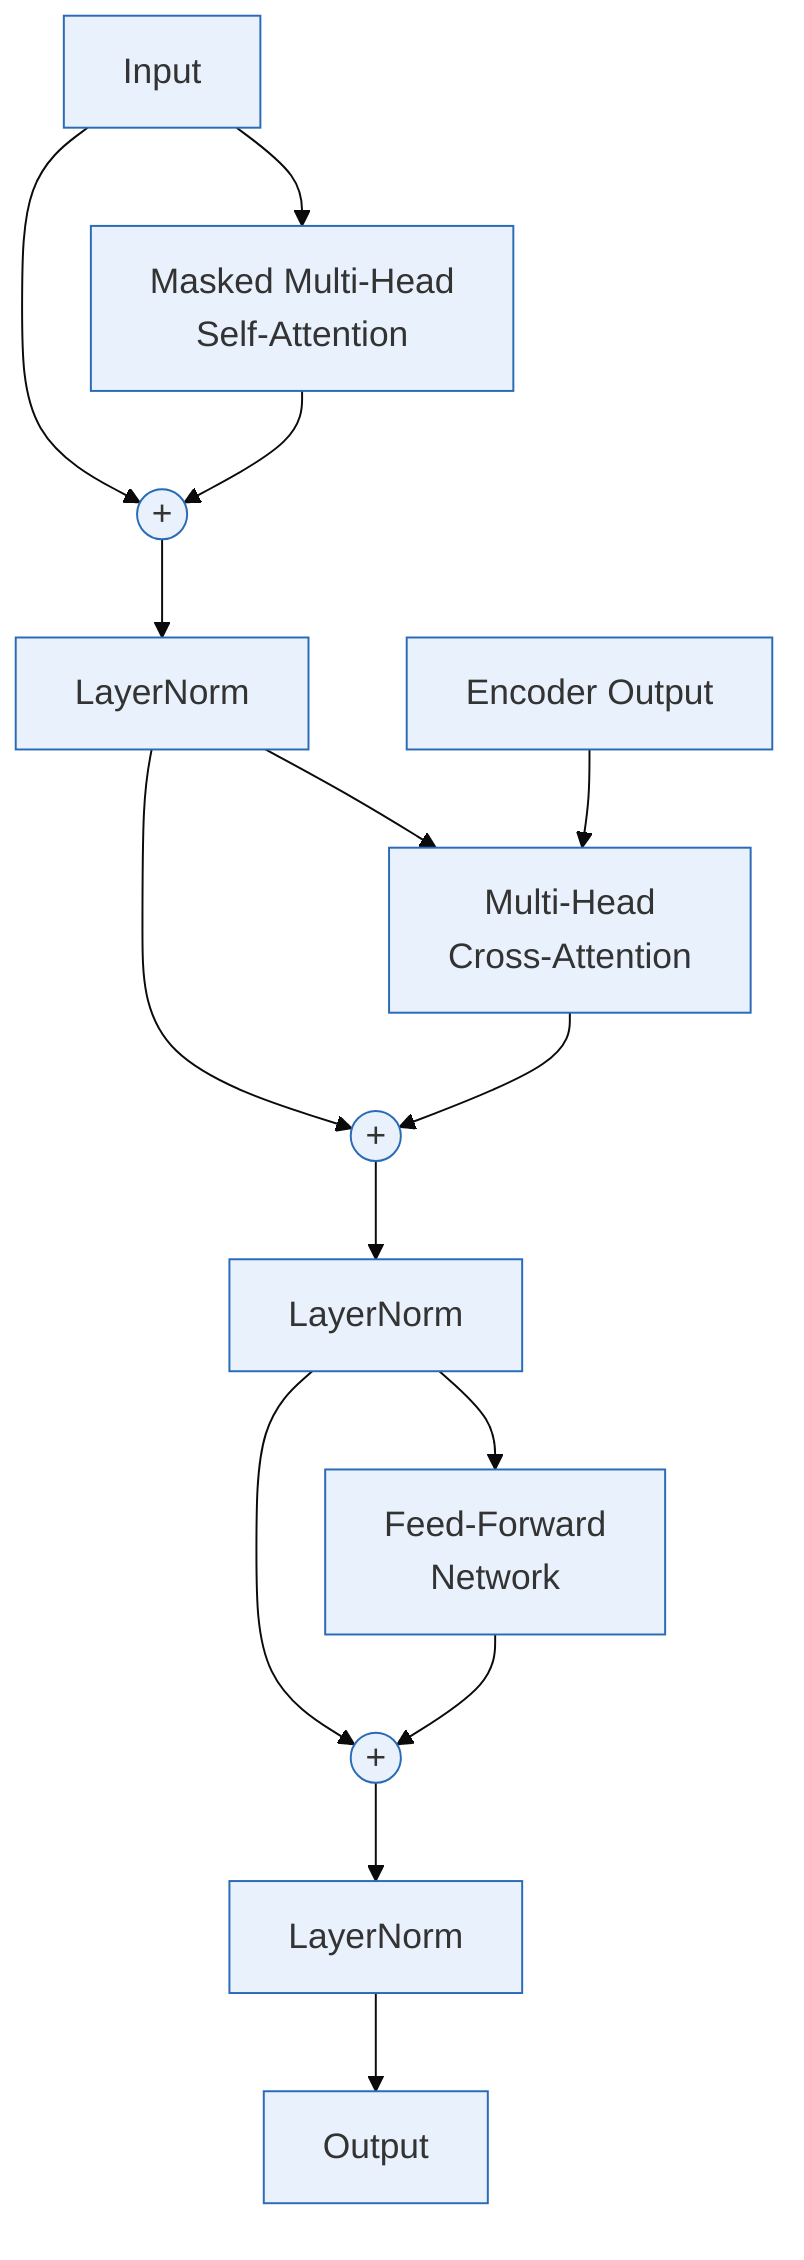
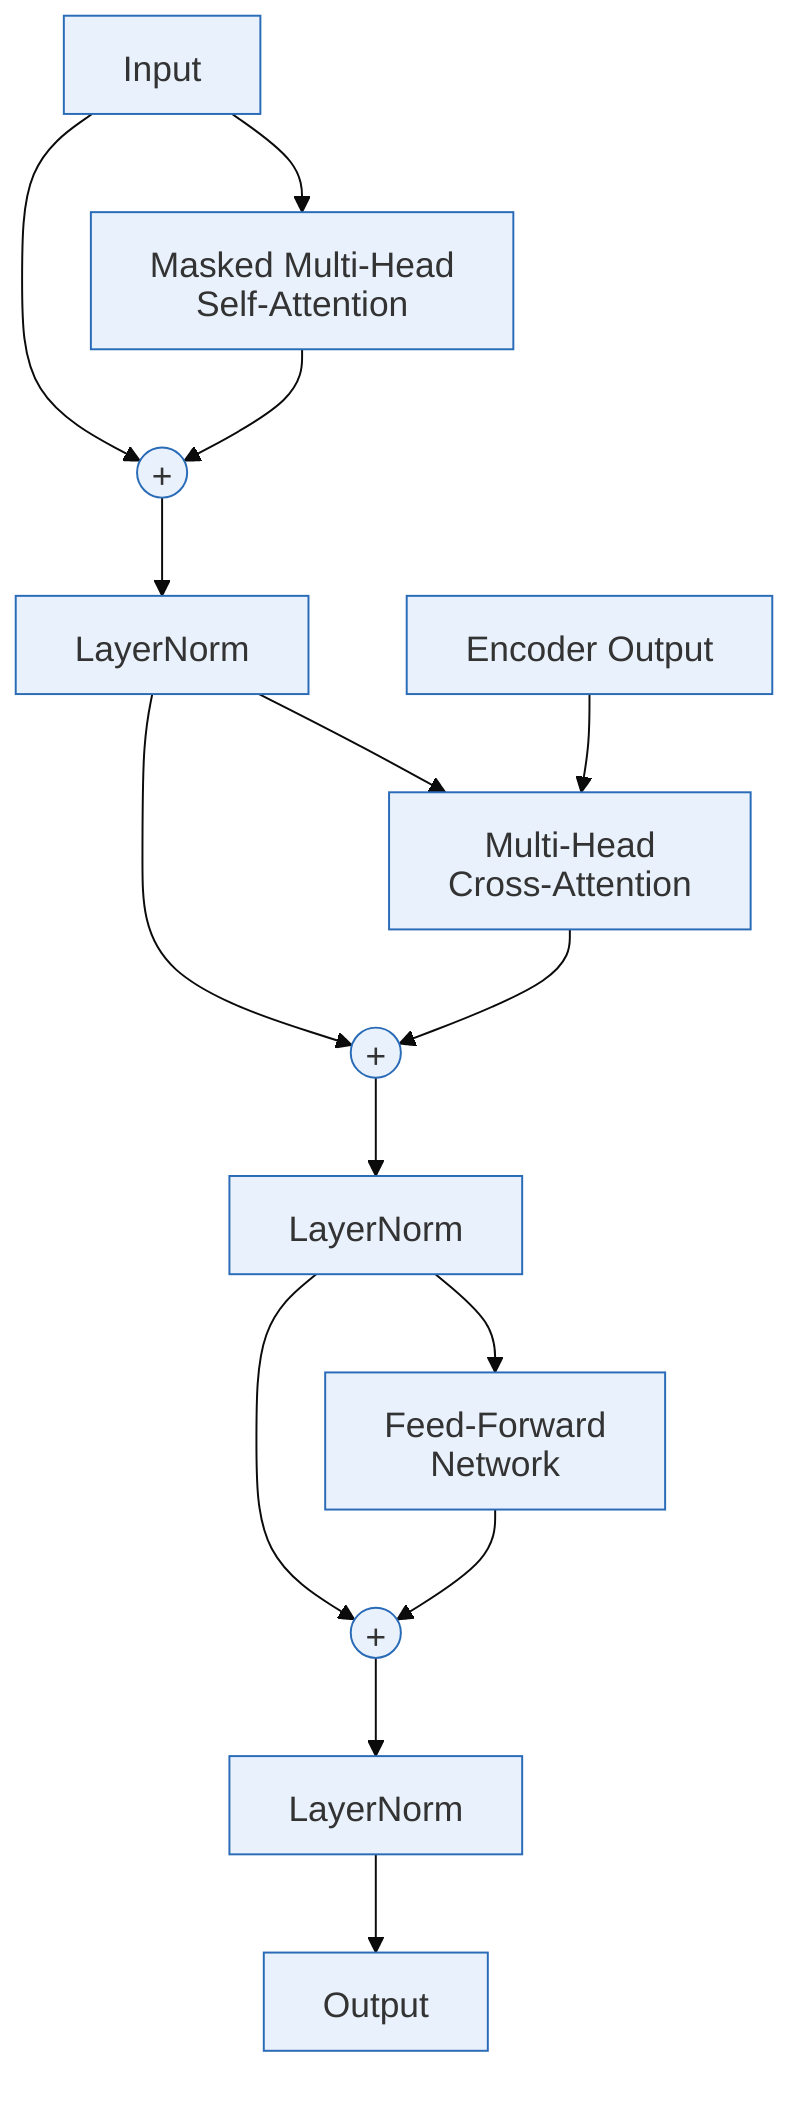
---
config:
  theme: base
+   htmlLabels: false
+   fontFamily: "Arial, Microsoft YaHei, sans-serif"
  themeVariables:
    fontSize: "18px"
    primaryColor: "#e9f2fc"
    primaryBorderColor: "#296bb7"
-     secondaryBorderColor: "#296bb7"
+     primaryTextColor: "#333333"
+     lineColor: "#0b0b0b"
+ 
+   themeCSS: |
+     .node text,
+     .nodeLabel,
+     .label text {
+       font-weight: 400;
+       font-style: normal;
+     }
+     .node rect,
+     .flowchart-link {
+       stroke-width: 1px;
+     }
---

flowchart TD
-   X[Input]
+     X[Input]

-   X --> MSA[Masked Multi-Head<br/>Self-Attention]
-   X --> SKIP1((+))
-   MSA --> SKIP1
-   SKIP1 --> LN1[LayerNorm]
+     X --> MSA[Masked Multi-Head<br/>Self-Attention]
+     X --> SKIP1((+))
+     MSA --> SKIP1
+     SKIP1 --> LN1[LayerNorm]

-   LN1 --> CA[Multi-Head<br/>Cross-Attention]
-   EO[Encoder Output] --> CA
-   LN1 --> SKIP2((+))
-   CA --> SKIP2
-   SKIP2 --> LN2[LayerNorm]
+     LN1 --> CA[Multi-Head<br/>Cross-Attention]
+     EO[Encoder Output] --> CA
+     LN1 --> SKIP2((+))
+     CA --> SKIP2
+     SKIP2 --> LN2[LayerNorm]

-   LN2 --> FFN[Feed-Forward<br/>Network]
-   LN2 --> SKIP3((+))
-   FFN --> SKIP3
-   SKIP3 --> LN3[LayerNorm]
+     LN2 --> FFN[Feed-Forward<br/>Network]
+     LN2 --> SKIP3((+))
+     FFN --> SKIP3
+     SKIP3 --> LN3[LayerNorm]

-   LN3 --> O[Output]
+     LN3 --> O[Output]
